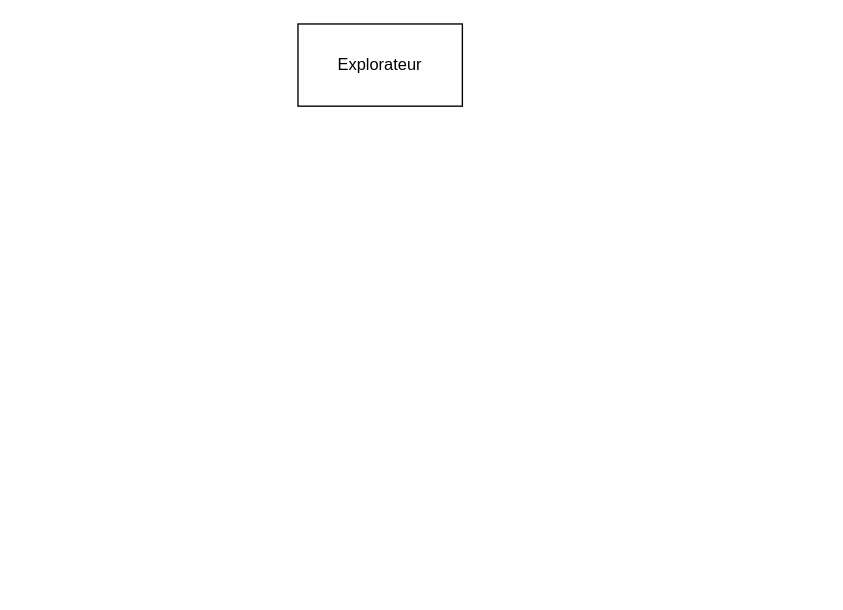
Before: Diagramme sans nom.drawio in linderco/Explorateurs_Afrique, a draw.io diagram. Source tidied: cells renumbered, new cells numbered last; positions are measured from the earlier drawing's top-left corner, leaving out a move shared by most shapes. Both pictures are drawn from the tidied source at 137%, with x=0, y=0 at pixel (297, 23).
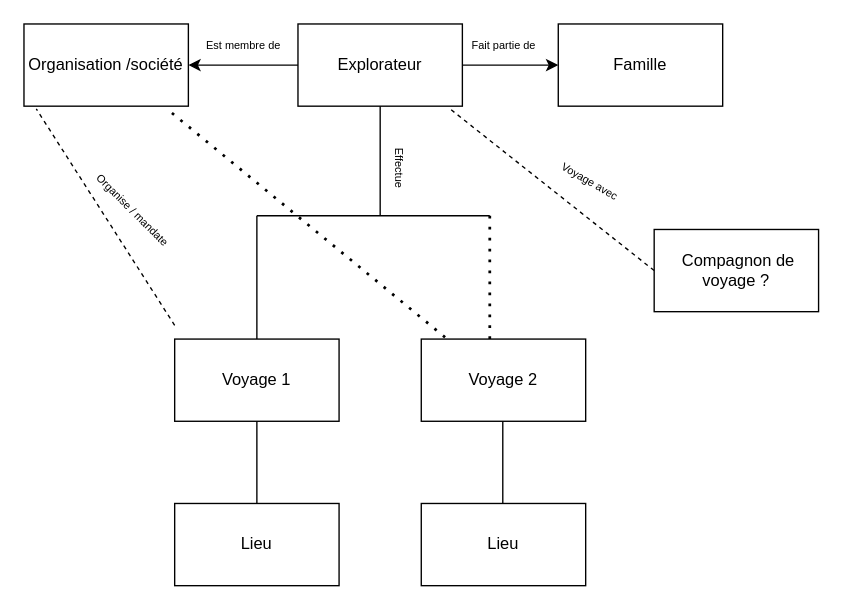
Above is the later version.

Commit message:
Mettre à jour Diagramme sans nom.drawio

The change refers to these unchanged cells:
```xml
<mxCell id="2" value="Explorateur" style="rounded=0;whiteSpace=wrap;html=1;" parent="1" vertex="1">
  <mxGeometry width="120" height="60" as="geometry" />
</mxCell>
```

What changed in the source:
```diff
@@
+    <mxCell id="3" style="edgeStyle=orthogonalEdgeStyle;rounded=0;jettySize=auto;html=1;exitX=1;exitY=0.5;exitDx=0;exitDy=0;" parent="1" edge="1" source="2" target="15">
+      <mxGeometry relative="1" as="geometry" />
+    </mxCell>
+    <mxCell id="4" style="edgeStyle=orthogonalEdgeStyle;rounded=0;jettySize=auto;html=1;exitX=0;exitY=0.5;exitDx=0;exitDy=0;" parent="1" edge="1" source="2" target="16">
+      <mxGeometry relative="1" as="geometry" />
+    </mxCell>
@@
+    <mxCell id="5" style="endArrow=none;html=1;rounded=0;" parent="1" edge="1">
+      <mxGeometry relative="1" as="geometry">
+        <mxPoint x="60" y="140" as="sourcePoint" />
+        <mxPoint x="60" y="60" as="targetPoint" />
+      </mxGeometry>
+    </mxCell>
+    <mxCell id="6" style="endArrow=none;html=1;rounded=0;" parent="1" edge="1">
+      <mxGeometry relative="1" as="geometry">
+        <mxPoint x="-30" y="140" as="sourcePoint" />
+        <mxPoint x="140" y="140" as="targetPoint" />
+      </mxGeometry>
+    </mxCell>
+    <mxCell id="7" style="endArrow=none;html=1;rounded=0;" parent="1" edge="1">
+      <mxGeometry relative="1" as="geometry">
+        <mxPoint x="-30" y="230" as="sourcePoint" />
+        <mxPoint x="-30" y="140" as="targetPoint" />
+      </mxGeometry>
+    </mxCell>
+    <mxCell id="8" value="Voyage 1" style="rounded=0;whiteSpace=wrap;html=1;" parent="1" vertex="1">
+      <mxGeometry x="-90" y="230" width="120" height="60" as="geometry" />
+    </mxCell>
+    <mxCell id="9" style="endArrow=none;dashed=1;html=1;dashPattern=1 3;strokeWidth=2;rounded=0;" parent="1" edge="1">
+      <mxGeometry relative="1" as="geometry">
+        <mxPoint x="140" y="230" as="sourcePoint" />
+        <mxPoint x="140" y="140" as="targetPoint" />
+      </mxGeometry>
+    </mxCell>
+    <mxCell id="10" value="Voyage 2" style="rounded=0;whiteSpace=wrap;html=1;" parent="1" vertex="1">
+      <mxGeometry x="90" y="230" width="120" height="60" as="geometry" />
+    </mxCell>
+    <mxCell id="11" style="endArrow=none;html=1;rounded=0;" parent="1" edge="1">
+      <mxGeometry relative="1" as="geometry">
+        <mxPoint x="-30" y="350" as="sourcePoint" />
+        <mxPoint x="-30" y="290" as="targetPoint" />
+      </mxGeometry>
+    </mxCell>
+    <mxCell id="12" value="Lieu" style="rounded=0;whiteSpace=wrap;html=1;" parent="1" vertex="1">
+      <mxGeometry x="-90" y="350" width="120" height="60" as="geometry" />
+    </mxCell>
+    <mxCell id="13" style="endArrow=none;html=1;rounded=0;" parent="1" edge="1">
+      <mxGeometry relative="1" as="geometry">
+        <mxPoint x="149.5" y="350" as="sourcePoint" />
+        <mxPoint x="149.5" y="290" as="targetPoint" />
+      </mxGeometry>
+    </mxCell>
+    <mxCell id="14" value="Lieu" style="rounded=0;whiteSpace=wrap;html=1;" parent="1" vertex="1">
+      <mxGeometry x="90" y="350" width="120" height="60" as="geometry" />
+    </mxCell>
+    <mxCell id="15" value="Famille" style="rounded=0;whiteSpace=wrap;html=1;" parent="1" vertex="1">
+      <mxGeometry x="190" width="120" height="60" as="geometry" />
+    </mxCell>
+    <mxCell id="16" value="Organisation /société" style="rounded=0;whiteSpace=wrap;html=1;" parent="1" vertex="1">
+      <mxGeometry x="-200" width="120" height="60" as="geometry" />
+    </mxCell>
+    <mxCell id="17" style="endArrow=none;dashed=1;html=1;rounded=0;entryX=0.075;entryY=1.033;entryDx=0;entryDy=0;entryPerimeter=0;" parent="1" edge="1" target="16">
+      <mxGeometry relative="1" as="geometry">
+        <mxPoint x="-90" y="220" as="sourcePoint" />
+      </mxGeometry>
+    </mxCell>
+    <mxCell id="18" style="endArrow=none;dashed=1;html=1;dashPattern=1 3;strokeWidth=2;rounded=0;entryX=0.158;entryY=0;entryDx=0;entryDy=0;entryPerimeter=0;exitX=0.9;exitY=1.083;exitDx=0;exitDy=0;exitPerimeter=0;" parent="1" edge="1" source="16" target="10">
+      <mxGeometry relative="1" as="geometry" />
+    </mxCell>
+    <mxCell id="19" value="&amp;nbsp;Compagnon de voyage ?" style="rounded=0;whiteSpace=wrap;html=1;" parent="1" vertex="1">
+      <mxGeometry x="260" y="150" width="120" height="60" as="geometry" />
+    </mxCell>
+    <mxCell id="20" style="endArrow=none;dashed=1;html=1;rounded=0;entryX=0.925;entryY=1.033;entryDx=0;entryDy=0;entryPerimeter=0;" parent="1" edge="1" target="2">
+      <mxGeometry relative="1" as="geometry">
+        <mxPoint x="260" y="180" as="sourcePoint" />
+      </mxGeometry>
+    </mxCell>
+    <mxCell id="21" value="&lt;font style=&quot;font-size: 8px;&quot;&gt;Est membre de&lt;/font&gt;" style="text;html=1;align=center;verticalAlign=middle;strokeColor=none;fillColor=none;" parent="1" vertex="1">
+      <mxGeometry x="-80" width="80" height="30" as="geometry" />
+    </mxCell>
+    <mxCell id="22" value="&lt;font style=&quot;font-size: 8px;&quot;&gt;Fait partie de&lt;/font&gt;" style="text;html=1;align=center;verticalAlign=middle;strokeColor=none;fillColor=none;" parent="1" vertex="1">
+      <mxGeometry x="115" width="70" height="30" as="geometry" />
+    </mxCell>
+    <mxCell id="23" value="&lt;font style=&quot;font-size: 8px;&quot;&gt;Voyage avec&lt;br&gt;&lt;br&gt;&lt;/font&gt;" style="text;html=1;align=center;verticalAlign=middle;strokeColor=none;fillColor=none;rotation=30;" parent="1" vertex="1">
+      <mxGeometry x="175" y="100" width="70" height="40" as="geometry" />
+    </mxCell>
+    <mxCell id="24" value="&lt;font style=&quot;font-size: 8px;&quot;&gt;Organise / mandate&lt;br&gt;&lt;/font&gt;" style="text;html=1;align=center;verticalAlign=middle;strokeColor=none;fillColor=none;rotation=45;" parent="1" vertex="1">
+      <mxGeometry x="-165" y="120" width="90" height="30" as="geometry" />
+    </mxCell>
+    <mxCell id="25" value="&lt;font style=&quot;font-size: 8px;&quot;&gt;Effectue&lt;/font&gt;" style="text;html=1;align=center;verticalAlign=middle;strokeColor=none;fillColor=none;rotation=90;" parent="1" vertex="1">
+      <mxGeometry x="50" y="90" width="50" height="30" as="geometry" />
+    </mxCell>
```
